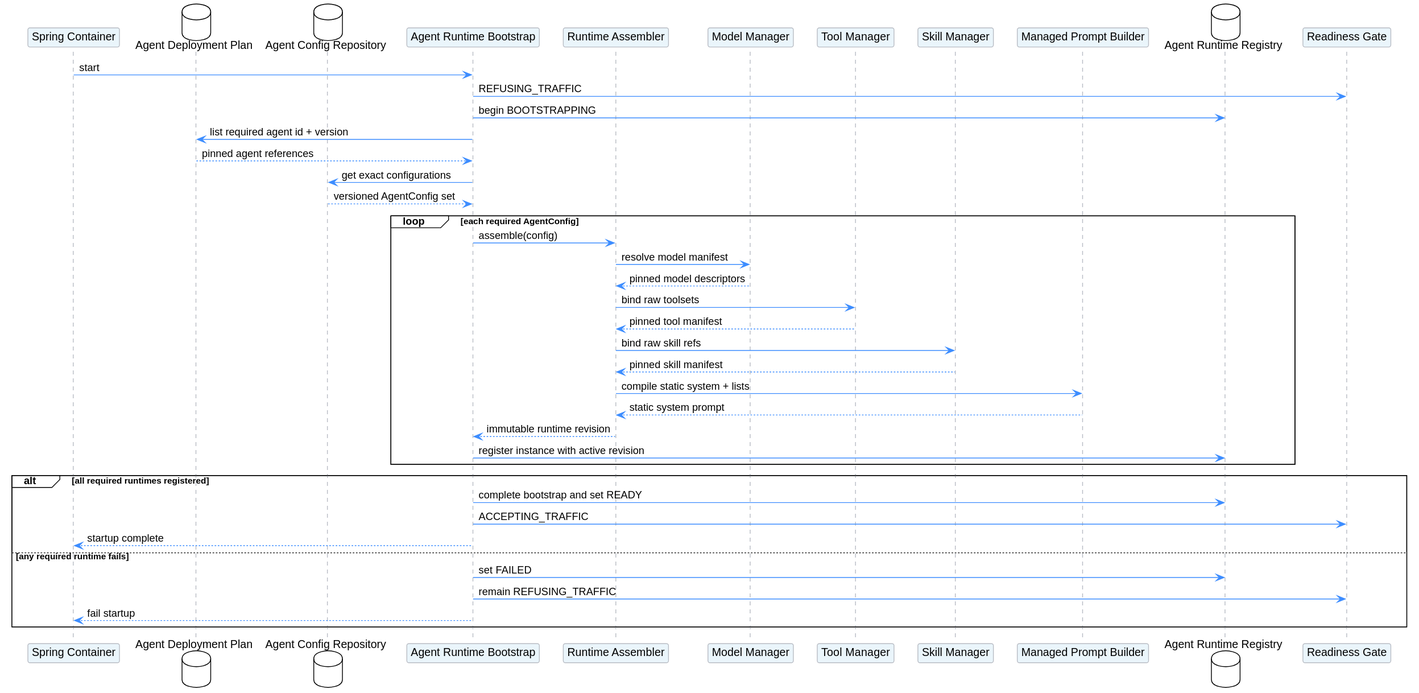
superheromeZzh/pi-mono-java-design keeps this PlantUML diagram as managed-agent-session/agent_runtime_eager_startup.svg. Above is the earlier version.
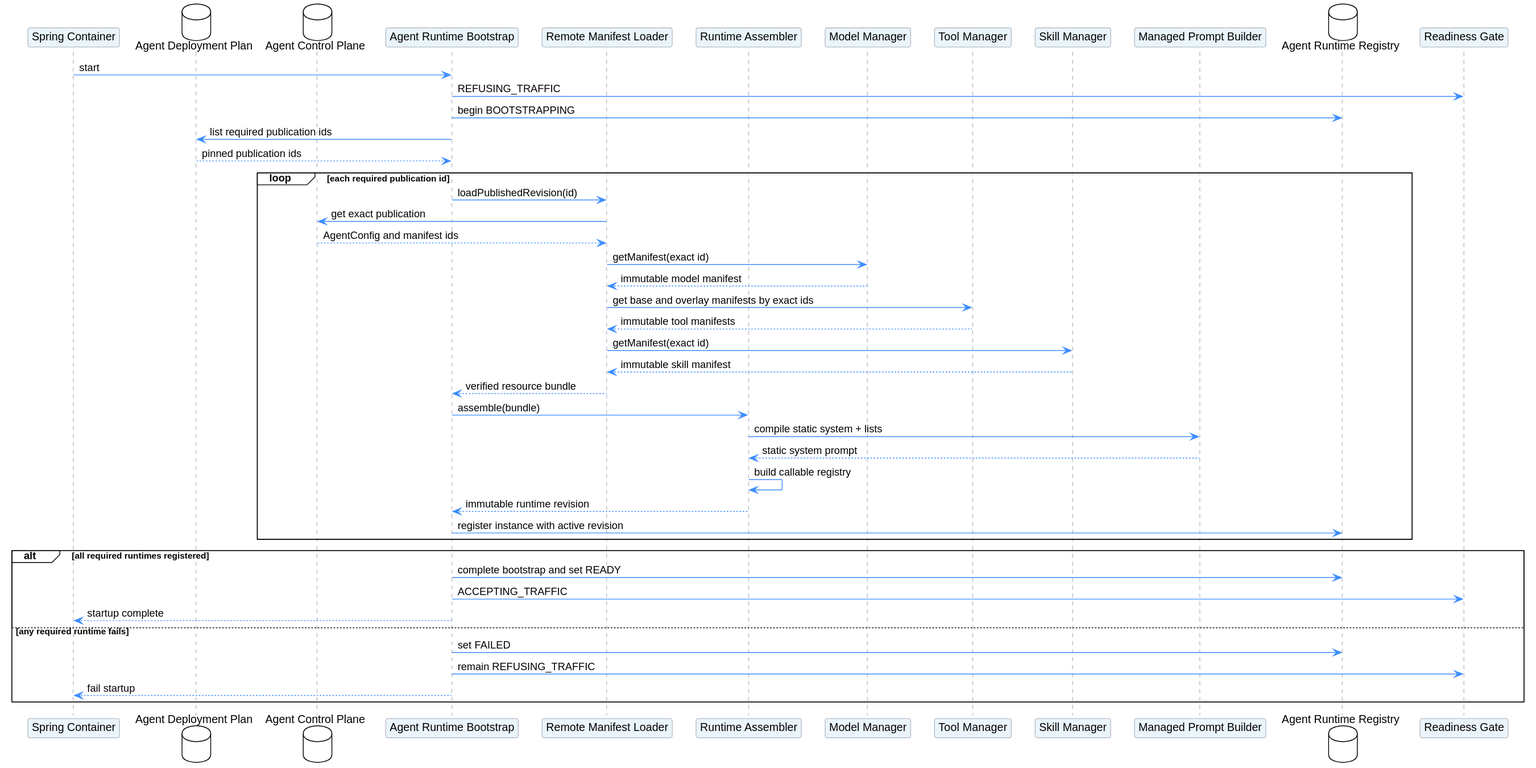
Above is the later version.

Commit message:
docs(agent): define manager-backed callable discovery

The edit, as a diff of the source:
```diff
@@ -10,8 +10,9 @@
 
 participant "Spring Container" as Container
 database "Agent Deployment Plan" as Plan
-database "Agent Config Repository" as ConfigRepo
+database "Agent Control Plane" as ControlPlane
 participant "Agent Runtime Bootstrap" as Bootstrap
+participant "Remote Manifest Loader" as Loader
 participant "Runtime Assembler" as Assembler
 participant "Model Manager" as ModelManager
 participant "Tool Manager" as ToolManager
@@ -23,21 +24,24 @@
 Container -> Bootstrap: start
 Bootstrap -> Readiness: REFUSING_TRAFFIC
 Bootstrap -> Registry: begin BOOTSTRAPPING
-Bootstrap -> Plan: list required agent id + version
-Plan --> Bootstrap: pinned agent references
-Bootstrap -> ConfigRepo: get exact configurations
-ConfigRepo --> Bootstrap: versioned AgentConfig set
+Bootstrap -> Plan: list required publication ids
+Plan --> Bootstrap: pinned publication ids
 
-loop each required AgentConfig
-  Bootstrap -> Assembler: assemble(config)
-  Assembler -> ModelManager: resolve model manifest
-  ModelManager --> Assembler: pinned model descriptors
-  Assembler -> ToolManager: bind raw toolsets
-  ToolManager --> Assembler: pinned tool manifest
-  Assembler -> SkillManager: bind raw skill refs
-  SkillManager --> Assembler: pinned skill manifest
+loop each required publication id
+  Bootstrap -> Loader: loadPublishedRevision(id)
+  Loader -> ControlPlane: get exact publication
+  ControlPlane --> Loader: AgentConfig and manifest ids
+  Loader -> ModelManager: getManifest(exact id)
+  ModelManager --> Loader: immutable model manifest
+  Loader -> ToolManager: get base and overlay manifests by exact ids
+  ToolManager --> Loader: immutable tool manifests
+  Loader -> SkillManager: getManifest(exact id)
+  SkillManager --> Loader: immutable skill manifest
+  Loader --> Bootstrap: verified resource bundle
+  Bootstrap -> Assembler: assemble(bundle)
   Assembler -> Prompt: compile static system + lists
   Prompt --> Assembler: static system prompt
+  Assembler -> Assembler: build callable registry
   Assembler --> Bootstrap: immutable runtime revision
   Bootstrap -> Registry: register instance with active revision
 end
```
